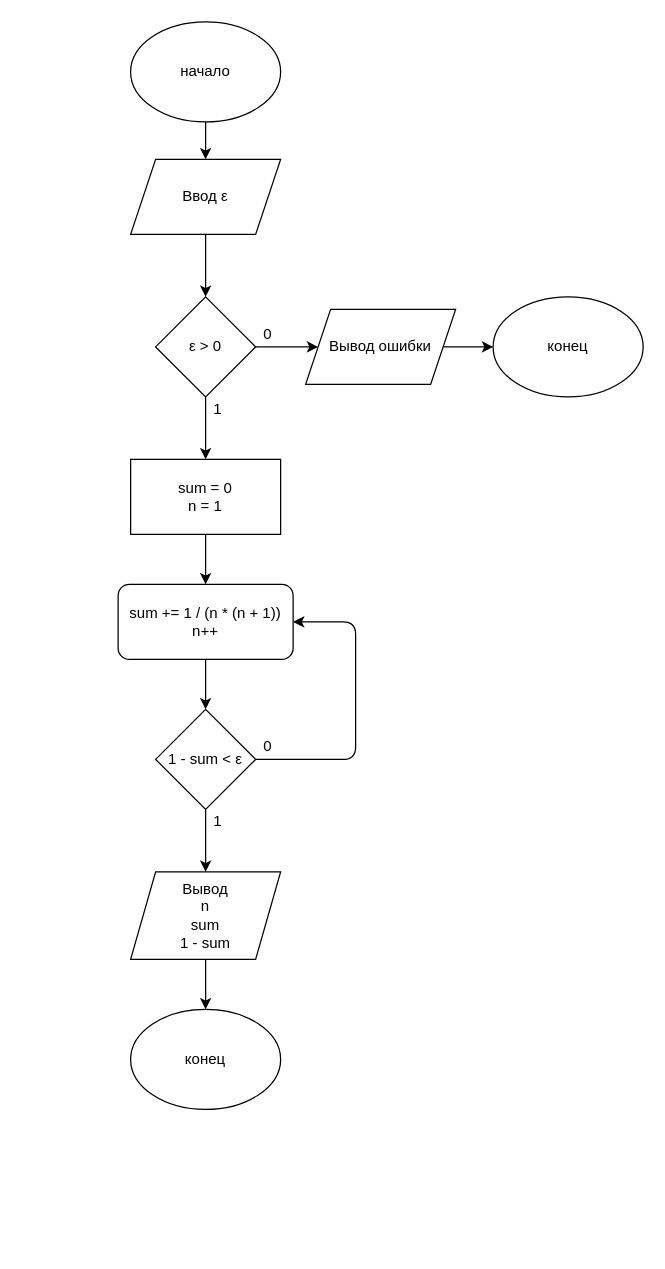
Before: text/Диаграмма.drawio in eldarbr/silver-funicular, a draw.io diagram. Source tidied: cells renumbered, new cells numbered last; positions are measured from the earlier drawing's top-left corner, leaving out a move shared by most shapes. Both pictures are drawn from the tidied source at 125%, with x=0, y=0 at pixel (118, 21).
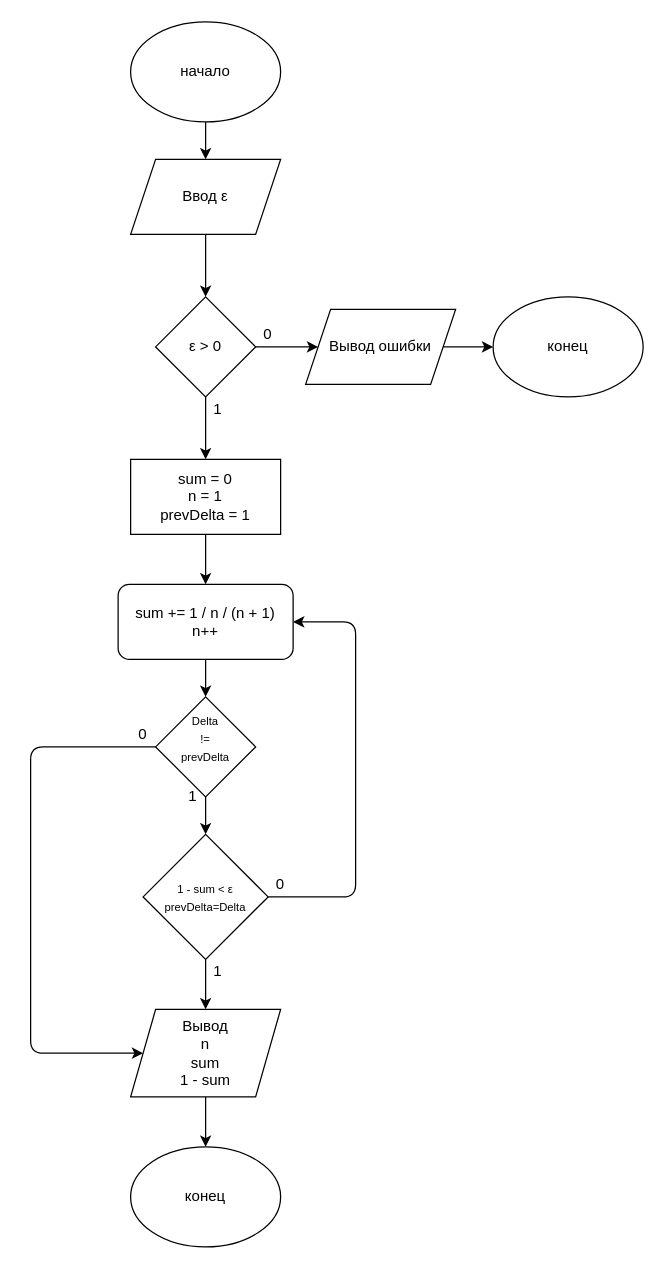
After the change.

Change to the diagram source:
```diff
@@
-    <mxCell id="7" value="sum = 0&lt;br&gt;n = 1" style="rounded=0;whiteSpace=wrap;html=1;" parent="1" vertex="1">
+    <mxCell id="7" value="sum = 0&lt;br&gt;n = 1&lt;br&gt;prevDelta = 1" style="rounded=0;whiteSpace=wrap;html=1;" parent="1" vertex="1">
       <mxGeometry x="10" y="350" width="120" height="60" as="geometry" />
     </mxCell>
-    <mxCell id="8" style="edgeStyle=orthogonalEdgeStyle;rounded=0;jettySize=auto;html=1;" parent="1" edge="1" source="9" target="11">
-      <mxGeometry relative="1" as="geometry" />
-    </mxCell>
+    <mxCell id="26" style="edgeStyle=orthogonalEdgeStyle;rounded=0;jettySize=auto;html=1;" parent="1" edge="1" source="9" target="28">
+      <mxGeometry relative="1" as="geometry" />
+    </mxCell>
-    <mxCell id="9" value="sum += 1 / (n * (n + 1))&lt;br&gt;n++" style="rounded=1;whiteSpace=wrap;html=1;" parent="1" vertex="1">
+    <mxCell id="9" value="sum += 1 / n / (n + 1)&lt;br&gt;n++" style="rounded=1;whiteSpace=wrap;html=1;" parent="1" vertex="1">
       <mxGeometry y="450" width="140" height="60" as="geometry" />
     </mxCell>
@@
-    <mxCell id="11" value="1 - sum &amp;lt;&amp;nbsp;ε" style="rhombus;whiteSpace=wrap;html=1;" parent="1" vertex="1">
-      <mxGeometry x="30" y="550" width="80" height="80" as="geometry" />
+    <mxCell id="11" value="&lt;font style=&quot;font-size: 9px&quot;&gt;1 - sum &amp;lt;&amp;nbsp;ε&lt;br&gt;prevDelta=Delta&lt;/font&gt;" style="rhombus;whiteSpace=wrap;html=1;" parent="1" vertex="1">
+      <mxGeometry x="20" y="650" width="100" height="100" as="geometry" />
     </mxCell>
     <mxCell id="12" style="endArrow=classic;html=1;exitX=1;exitY=0.5;exitDx=0;exitDy=0;entryX=1;entryY=0.5;entryDx=0;entryDy=0;" parent="1" edge="1" source="11" target="9">
       <mxGeometry relative="1" as="geometry">
         <Array as="points">
-          <mxPoint x="190" y="590" />
+          <mxPoint x="190" y="700" />
           <mxPoint x="190" y="480" />
         </Array>
       </mxGeometry>
     </mxCell>
     <mxCell id="13" value="0" style="text;html=1;strokeColor=none;fillColor=none;align=center;verticalAlign=middle;whiteSpace=wrap;rounded=0;" parent="1" vertex="1">
-      <mxGeometry x="100" y="570" width="40" height="20" as="geometry" />
+      <mxGeometry x="110" y="680" width="40" height="20" as="geometry" />
     </mxCell>
@@
     <mxCell id="15" value="Вывод&lt;br&gt;n&lt;br&gt;sum&lt;br&gt;1 - sum" style="shape=parallelogram;perimeter=parallelogramPerimeter;whiteSpace=wrap;html=1;fixedSize=1;" parent="1" vertex="1">
-      <mxGeometry x="10" y="680" width="120" height="70" as="geometry" />
+      <mxGeometry x="10" y="790" width="120" height="70" as="geometry" />
     </mxCell>
     <mxCell id="16" value="1" style="text;html=1;strokeColor=none;fillColor=none;align=center;verticalAlign=middle;whiteSpace=wrap;rounded=0;" parent="1" vertex="1">
-      <mxGeometry x="60" y="630" width="40" height="20" as="geometry" />
+      <mxGeometry x="60" y="750" width="40" height="20" as="geometry" />
     </mxCell>
     <mxCell id="17" value="конец" style="ellipse;whiteSpace=wrap;html=1;" parent="1" vertex="1">
-      <mxGeometry x="10" y="790" width="120" height="80" as="geometry" />
+      <mxGeometry x="10" y="900" width="120" height="80" as="geometry" />
     </mxCell>
@@
+    <mxCell id="27" style="edgeStyle=orthogonalEdgeStyle;rounded=0;jettySize=auto;html=1;fontSize=9;entryX=0.5;entryY=0;entryDx=0;entryDy=0;" parent="1" edge="1" source="28" target="11">
+      <mxGeometry relative="1" as="geometry" />
+    </mxCell>
+    <mxCell id="28" value="&lt;font style=&quot;font-size: 9px&quot;&gt;Delta&lt;br&gt;!=&lt;br&gt;prevDelta&lt;br&gt;&lt;br&gt;&lt;/font&gt;" style="rhombus;whiteSpace=wrap;html=1;" parent="1" vertex="1">
+      <mxGeometry x="30" y="540" width="80" height="80" as="geometry" />
+    </mxCell>
+    <mxCell id="29" value="0" style="text;html=1;strokeColor=none;fillColor=none;align=center;verticalAlign=middle;whiteSpace=wrap;rounded=0;" parent="1" vertex="1">
+      <mxGeometry y="560" width="40" height="20" as="geometry" />
+    </mxCell>
+    <mxCell id="30" value="1" style="text;html=1;strokeColor=none;fillColor=none;align=center;verticalAlign=middle;whiteSpace=wrap;rounded=0;" parent="1" vertex="1">
+      <mxGeometry x="40" y="610" width="40" height="20" as="geometry" />
+    </mxCell>
+    <mxCell id="31" style="endArrow=classic;html=1;exitX=0.75;exitY=1;exitDx=0;exitDy=0;entryX=0;entryY=0.5;entryDx=0;entryDy=0;" parent="1" edge="1" source="29" target="15">
+      <mxGeometry relative="1" as="geometry">
+        <Array as="points">
+          <mxPoint x="-70" y="580" />
+          <mxPoint x="-70" y="825" />
+        </Array>
+      </mxGeometry>
+    </mxCell>
```
